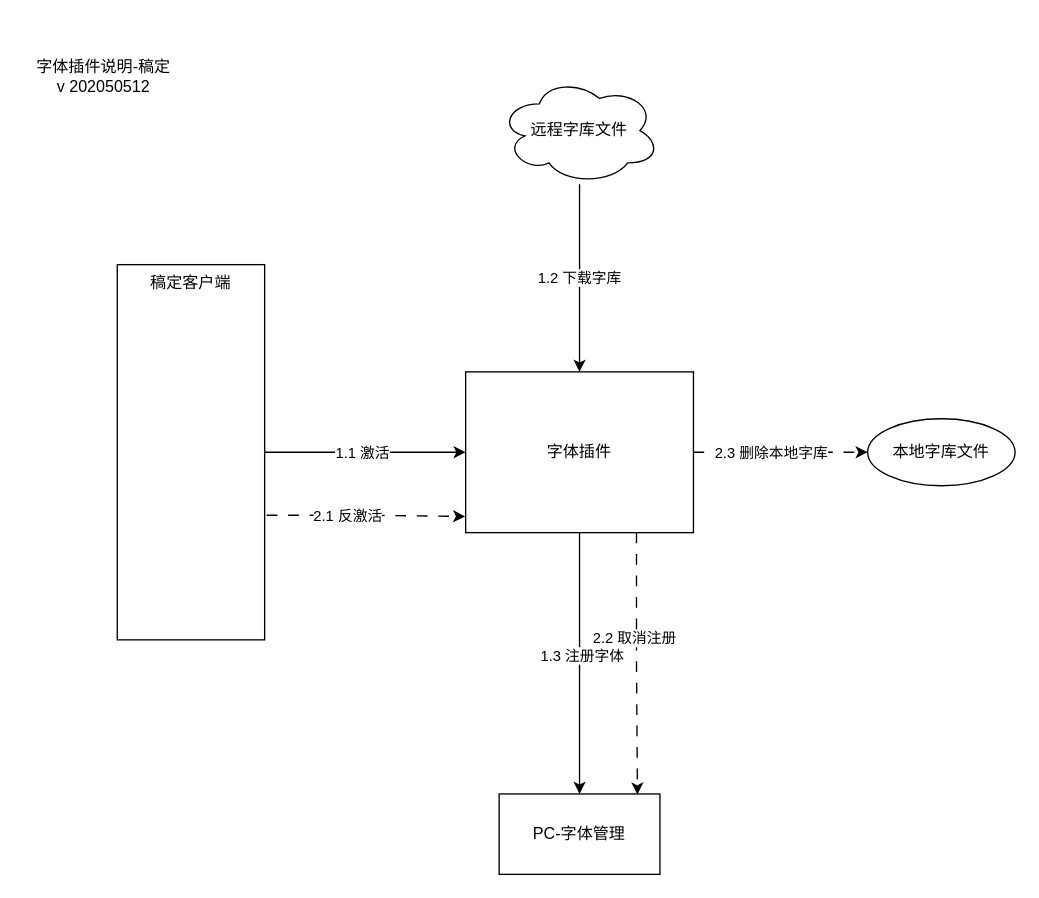
Before: hellofont/字由花瓣技术技术方案.drawio in sunjirepo/drawio-diagrams, a draw.io diagram. Source tidied: cells renumbered, new cells numbered last; positions are measured from the earlier drawing's top-left corner, leaving out a move shared by most shapes. Both pictures are drawn from the tidied source at 134%, with x=0, y=0 at pixel (23, 50).
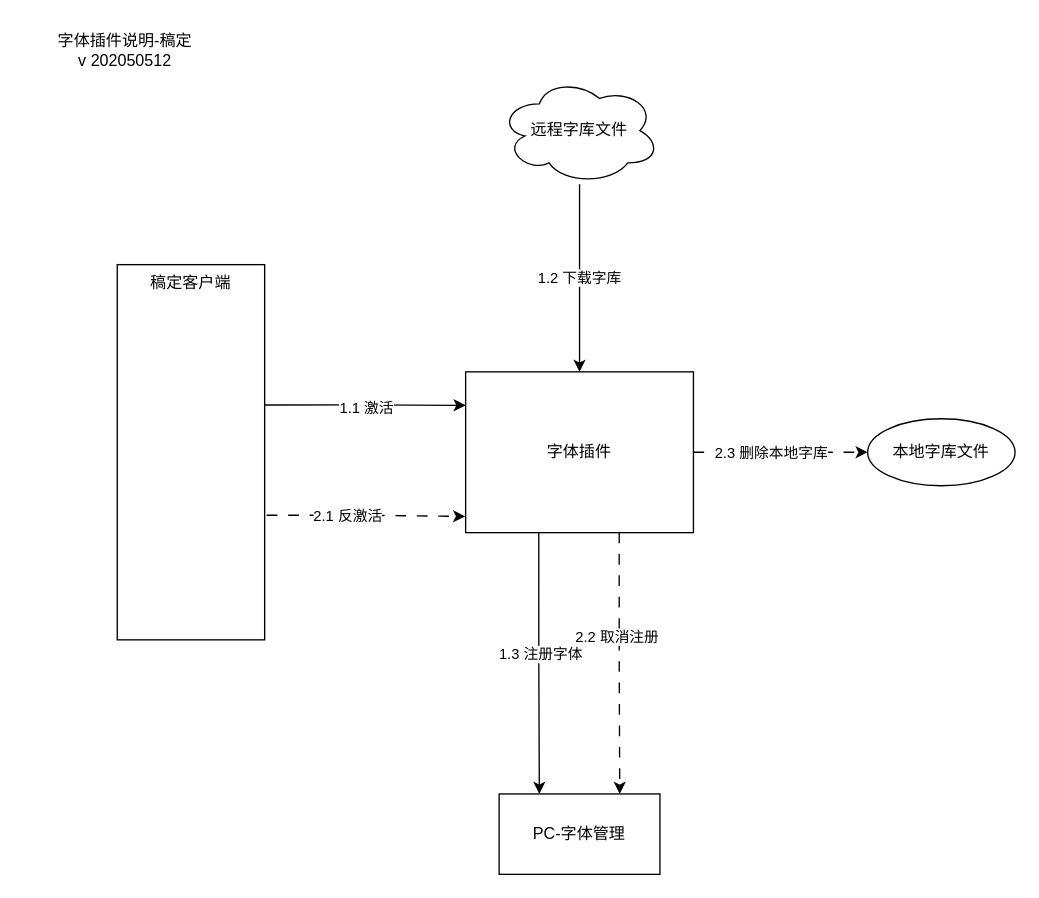
The same page after the edit.

Commit message (it also covers changes not shown here):
更新字由花瓣技术技术方案.drawio

The change refers to these unchanged cells:
```xml
<mxCell id="2" value="稿定客户端" style="rounded=0;whiteSpace=wrap;html=1;verticalAlign=top;" parent="1" vertex="1">
  <mxGeometry x="70" y="160" width="110" height="280" as="geometry" />
</mxCell>
<mxCell id="3" value="PC-字体管理" style="rounded=0;whiteSpace=wrap;html=1;" parent="1" vertex="1">
  <mxGeometry x="355" y="555" width="120" height="60" as="geometry" />
</mxCell>
<mxCell id="8" value="字体插件" style="rounded=0;whiteSpace=wrap;html=1;" parent="1" vertex="1">
  <mxGeometry x="330" y="240" width="170" height="120" as="geometry" />
</mxCell>
```

Change to the diagram source:
```diff
@@
-    <mxCell id="4" style="edgeStyle=orthogonalEdgeStyle;rounded=0;jettySize=auto;html=1;" parent="1" edge="1" source="8" target="3">
+    <mxCell id="4" style="edgeStyle=orthogonalEdgeStyle;rounded=0;jettySize=auto;html=1;entryX=0.25;entryY=0;entryDx=0;entryDy=0;exitX=0.321;exitY=0.998;exitDx=0;exitDy=0;exitPerimeter=0;" parent="1" edge="1" source="8" target="3">
       <mxGeometry relative="1" as="geometry" />
     </mxCell>
@@
     <mxCell id="10" value="字体插件说明-稿定&lt;div&gt;v 202050512&lt;/div&gt;" style="text;html=1;align=center;verticalAlign=middle;whiteSpace=wrap;rounded=0;" parent="1" vertex="1">
-      <mxGeometry width="120" height="40" as="geometry" />
+      <mxGeometry x="16" y="-20" width="120" height="40" as="geometry" />
     </mxCell>
@@
-    <mxCell id="13" style="edgeStyle=orthogonalEdgeStyle;rounded=0;jettySize=auto;html=1;" parent="1" edge="1" source="2">
+    <mxCell id="13" style="edgeStyle=orthogonalEdgeStyle;rounded=0;jettySize=auto;html=1;exitX=0.997;exitY=0.374;exitDx=0;exitDy=0;exitPerimeter=0;" parent="1" edge="1" source="2">
       <mxGeometry relative="1" as="geometry">
-        <mxPoint x="330" y="300" as="targetPoint" />
+        <mxPoint x="330" y="265" as="targetPoint" />
       </mxGeometry>
     </mxCell>
@@
-    <mxCell id="17" style="edgeStyle=orthogonalEdgeStyle;rounded=0;jettySize=auto;html=1;exitX=0.75;exitY=1;exitDx=0;exitDy=0;entryX=0.86;entryY=0.007;entryDx=0;entryDy=0;entryPerimeter=0;dashed=1;dashPattern=8 8;" parent="1" edge="1" source="8" target="3">
+    <mxCell id="17" style="edgeStyle=orthogonalEdgeStyle;rounded=0;jettySize=auto;html=1;exitX=0.674;exitY=0.999;exitDx=0;exitDy=0;dashed=1;dashPattern=8 8;exitPerimeter=0;entryX=0.75;entryY=0;entryDx=0;entryDy=0;" parent="1" edge="1" source="8" target="3">
       <mxGeometry relative="1" as="geometry" />
     </mxCell>
```
